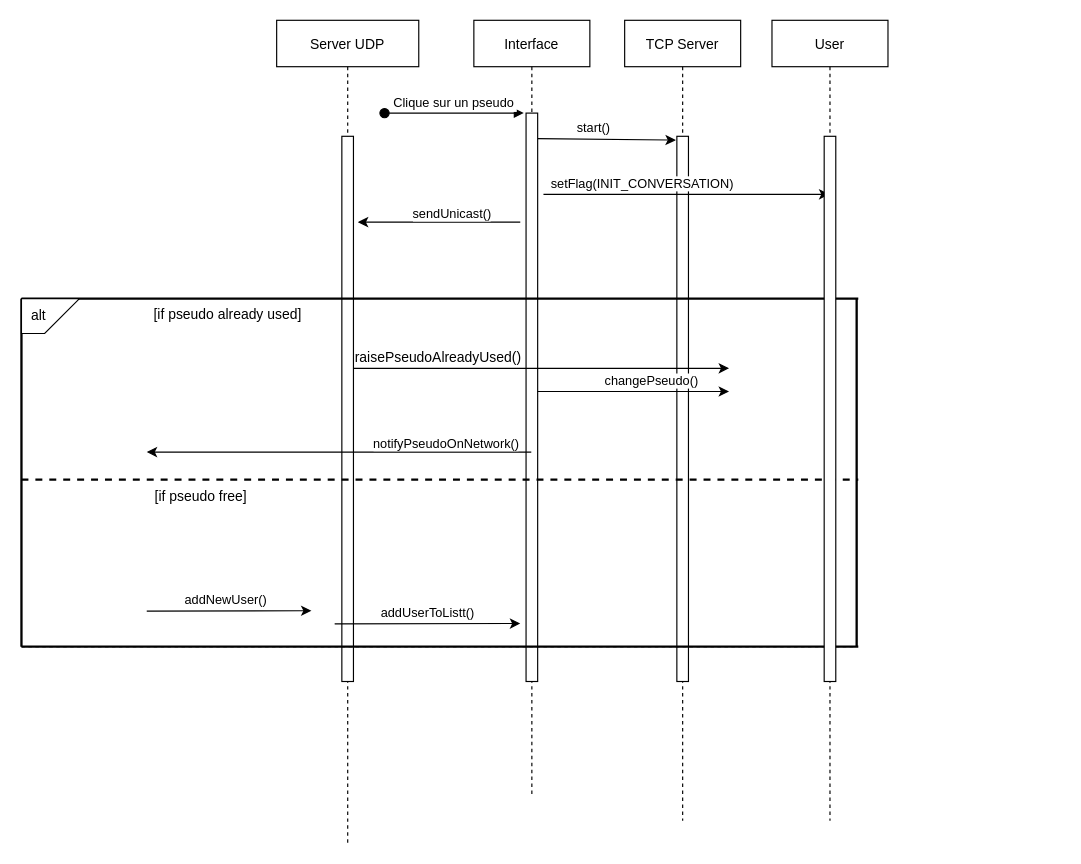
Earlier version of the draw.io diagram ressources/Design UML/ChangePseudo_Sequence_diagram.drawio (martemr/Project_chat_system). Source tidied: cells renumbered, new cells numbered last; positions are measured from the earlier drawing's top-left corner, leaving out a move shared by most shapes. Both pictures are drawn from the tidied source at 116%, with x=0, y=0 at pixel (21, 20).
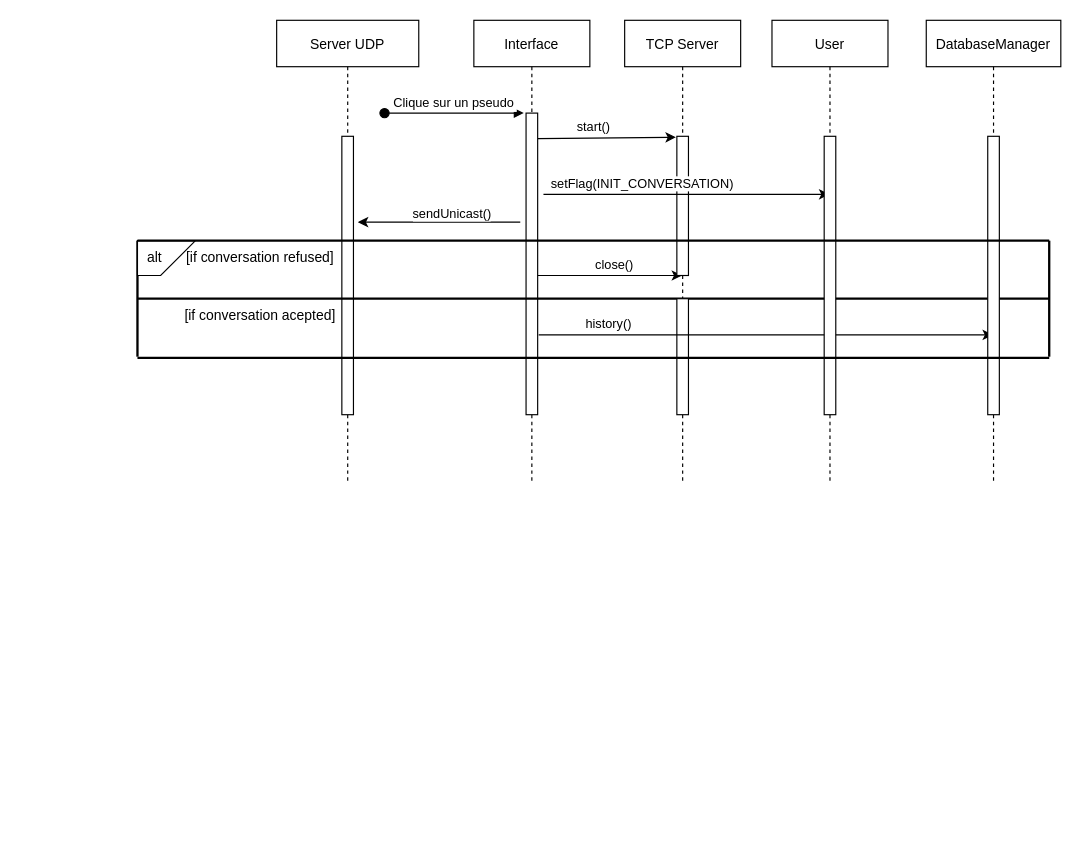
After the change.

Change to the diagram source:
```diff
@@
+    <mxCell id="12" value="Server UDP" style="shape=umlLifeline;perimeter=lifelinePerimeter;rounded=0;shadow=0;strokeWidth=1;" parent="1" vertex="1">
+      <mxGeometry x="220" width="122.5" height="400" as="geometry" />
+    </mxCell>
+    <mxCell id="13" style="perimeter=orthogonalPerimeter;rounded=0;shadow=0;strokeWidth=1;" parent="12" vertex="1">
+      <mxGeometry x="56.2" y="100" width="10" height="240" as="geometry" />
+    </mxCell>
+    <mxCell id="36" value="&lt;div&gt;[if conversation acepted]&lt;br&gt;&lt;/div&gt;" style="text;html=1;strokeColor=none;fillColor=none;align=center;verticalAlign=middle;whiteSpace=wrap;rounded=0;shadow=0;fontFamily=Helvetica;fontSize=12;fontColor=default;" parent="12" vertex="1">
+      <mxGeometry x="-84" y="240" width="140" height="30" as="geometry" />
+    </mxCell>
     <mxCell id="2" value="Interface" style="shape=umlLifeline;perimeter=lifelinePerimeter;rounded=0;shadow=0;strokeWidth=1;" parent="1" vertex="1">
-      <mxGeometry x="390" width="100" height="670" as="geometry" />
+      <mxGeometry x="390" width="100" height="400" as="geometry" />
     </mxCell>
@@
     <mxCell id="5" style="perimeter=orthogonalPerimeter;rounded=0;shadow=0;strokeWidth=1;" parent="2" vertex="1">
-      <mxGeometry x="45" y="80" width="10" height="490" as="geometry" />
+      <mxGeometry x="45" y="80" width="10" height="260" as="geometry" />
     </mxCell>
@@
+    <mxCell id="22" style="endArrow=classic;html=1;rounded=0;" parent="2" edge="1" target="8">
+      <mxGeometry relative="1" as="geometry">
+        <mxPoint x="55" y="220" as="sourcePoint" />
+      </mxGeometry>
+    </mxCell>
+    <mxCell id="23" value="close()" style="edgeLabel;html=1;align=center;verticalAlign=middle;" parent="22" vertex="1">
+      <mxGeometry x="0.33" relative="1" as="geometry">
+        <mxPoint x="-18" y="-10" as="offset" />
+      </mxGeometry>
+    </mxCell>
+    <mxCell id="31" style="endArrow=none;html=1;rounded=0;fontFamily=Helvetica;fontSize=12;fontColor=default;strokeWidth=2;" parent="2" edge="1">
+      <mxGeometry relative="1" as="geometry">
+        <mxPoint x="-290" y="240" as="sourcePoint" />
+        <mxPoint x="496" y="240" as="targetPoint" />
+      </mxGeometry>
+    </mxCell>
     <mxCell id="8" value="TCP Server" style="shape=umlLifeline;perimeter=lifelinePerimeter;rounded=0;shadow=0;strokeWidth=1;" parent="1" vertex="1">
-      <mxGeometry x="520" width="100" height="690" as="geometry" />
+      <mxGeometry x="520" width="100" height="400" as="geometry" />
     </mxCell>
     <mxCell id="9" style="points=[];perimeter=orthogonalPerimeter;rounded=0;shadow=0;strokeWidth=1;" parent="8" vertex="1">
-      <mxGeometry x="45" y="100" width="10" height="470" as="geometry" />
+      <mxGeometry x="45" y="100" width="10" height="120" as="geometry" />
     </mxCell>
@@
-    <mxCell id="12" value="Server UDP" style="shape=umlLifeline;perimeter=lifelinePerimeter;rounded=0;shadow=0;strokeWidth=1;" parent="1" vertex="1">
-      <mxGeometry x="220" width="122.5" height="710" as="geometry" />
-    </mxCell>
-    <mxCell id="13" style="perimeter=orthogonalPerimeter;rounded=0;shadow=0;strokeWidth=1;" parent="12" vertex="1">
-      <mxGeometry x="56.2" y="100" width="10" height="470" as="geometry" />
-    </mxCell>
-    <mxCell id="14" style="endArrow=classic;html=1;rounded=0;fontFamily=Helvetica;fontSize=12;fontColor=default;strokeWidth=1;endSize=6;startSize=6;" parent="12" edge="1">
-      <mxGeometry relative="1" as="geometry">
-        <mxPoint x="66.2" y="300" as="sourcePoint" />
-        <mxPoint x="390" y="300" as="targetPoint" />
-      </mxGeometry>
-    </mxCell>
-    <mxCell id="15" value="raisePseudoAlreadyUsed()" style="edgeLabel;html=1;align=center;verticalAlign=middle;fontSize=12;fontFamily=Helvetica;fontColor=default;" parent="14" vertex="1">
-      <mxGeometry x="-0.44" y="1" relative="1" as="geometry">
-        <mxPoint x="-19" y="-9" as="offset" />
-      </mxGeometry>
-    </mxCell>
-    <mxCell id="16" style="endArrow=none;html=1;rounded=0;fontFamily=Helvetica;fontSize=12;fontColor=default;strokeWidth=2;" parent="1" edge="1">
-      <mxGeometry relative="1" as="geometry">
-        <mxPoint y="240" as="sourcePoint" />
-        <mxPoint x="721.4" y="240" as="targetPoint" />
-      </mxGeometry>
-    </mxCell>
+    <mxCell id="37" style="perimeter=orthogonalPerimeter;rounded=0;shadow=0;strokeWidth=1;" parent="8" vertex="1">
+      <mxGeometry x="45" y="240" width="10" height="100" as="geometry" />
+    </mxCell>
+    <mxCell id="38" style="endArrow=classic;html=1;rounded=0;" parent="8" edge="1" target="40">
+      <mxGeometry relative="1" as="geometry">
+        <mxPoint x="-74.1" y="271.2" as="sourcePoint" />
+      </mxGeometry>
+    </mxCell>
+    <mxCell id="39" value="history()" style="edgeLabel;html=1;align=center;verticalAlign=middle;" parent="38" vertex="1">
+      <mxGeometry x="0.33" relative="1" as="geometry">
+        <mxPoint x="-200" y="-10" as="offset" />
+      </mxGeometry>
+    </mxCell>
+    <mxCell id="40" value="DatabaseManager" style="shape=umlLifeline;perimeter=lifelinePerimeter;rounded=0;shadow=0;strokeWidth=1;" parent="1" vertex="1">
+      <mxGeometry x="780" width="116" height="400" as="geometry" />
+    </mxCell>
+    <mxCell id="41" style="perimeter=orthogonalPerimeter;rounded=0;shadow=0;strokeWidth=1;" parent="40" vertex="1">
+      <mxGeometry x="53" y="100" width="10" height="240" as="geometry" />
+    </mxCell>
+    <mxCell id="18" style="endArrow=none;html=1;rounded=0;fontFamily=Helvetica;fontSize=12;fontColor=default;strokeWidth=2;" parent="40" edge="1">
+      <mxGeometry relative="1" as="geometry">
+        <mxPoint x="106" y="290" as="sourcePoint" />
+        <mxPoint x="106" y="190" as="targetPoint" />
+      </mxGeometry>
+    </mxCell>
+    <mxCell id="34" value="User" style="shape=umlLifeline;perimeter=lifelinePerimeter;rounded=0;shadow=0;strokeWidth=1;" parent="1" vertex="1">
+      <mxGeometry x="647" width="100" height="400" as="geometry" />
+    </mxCell>
+    <mxCell id="35" style="perimeter=orthogonalPerimeter;rounded=0;shadow=0;strokeWidth=1;" parent="34" vertex="1">
+      <mxGeometry x="45" y="100" width="10" height="240" as="geometry" />
+    </mxCell>
     <mxCell id="17" style="endArrow=none;html=1;rounded=0;fontFamily=Helvetica;fontSize=12;fontColor=default;strokeWidth=2;" parent="1" edge="1">
       <mxGeometry relative="1" as="geometry">
-        <mxPoint y="540" as="sourcePoint" />
-        <mxPoint y="240" as="targetPoint" />
+        <mxPoint x="100" y="290" as="sourcePoint" />
+        <mxPoint x="100" y="190" as="targetPoint" />
       </mxGeometry>
     </mxCell>
-    <mxCell id="18" style="endArrow=none;html=1;rounded=0;fontFamily=Helvetica;fontSize=12;fontColor=default;strokeWidth=2;" parent="1" edge="1">
-      <mxGeometry relative="1" as="geometry">
-        <mxPoint x="720" y="540" as="sourcePoint" />
-        <mxPoint x="720" y="240" as="targetPoint" />
-      </mxGeometry>
-    </mxCell>
-    <mxCell id="19" style="endArrow=none;html=1;rounded=0;fontFamily=Helvetica;fontSize=12;fontColor=default;strokeWidth=2;dashed=1;" parent="1" edge="1">
-      <mxGeometry relative="1" as="geometry">
-        <mxPoint y="396" as="sourcePoint" />
-        <mxPoint x="721.4" y="396" as="targetPoint" />
-      </mxGeometry>
-    </mxCell>
     <mxCell id="20" value="alt&amp;nbsp;&amp;nbsp;&amp;nbsp;&amp;nbsp;&amp;nbsp;&amp;nbsp; " style="shape=card;whiteSpace=wrap;html=1;rounded=0;shadow=0;fontFamily=Helvetica;fontSize=12;fontColor=default;strokeColor=default;strokeWidth=1;fillColor=default;gradientColor=none;flipV=1;flipH=1;" parent="1" vertex="1">
-      <mxGeometry y="240" width="50" height="30" as="geometry" />
+      <mxGeometry x="100" y="190" width="50" height="30" as="geometry" />
     </mxCell>
-    <mxCell id="21" value="[if pseudo already used]" style="text;html=1;strokeColor=none;fillColor=none;align=center;verticalAlign=middle;whiteSpace=wrap;rounded=0;shadow=0;fontFamily=Helvetica;fontSize=12;fontColor=default;" parent="1" vertex="1">
-      <mxGeometry x="108" y="239" width="140" height="30" as="geometry" />
+    <mxCell id="21" value="&lt;div&gt;[if conversation refused]&lt;br&gt;&lt;/div&gt;" style="text;html=1;strokeColor=none;fillColor=none;align=center;verticalAlign=middle;whiteSpace=wrap;rounded=0;shadow=0;fontFamily=Helvetica;fontSize=12;fontColor=default;" parent="1" vertex="1">
+      <mxGeometry x="136" y="190" width="140" height="30" as="geometry" />
     </mxCell>
-    <mxCell id="22" style="endArrow=classic;html=1;rounded=0;" parent="1" edge="1">
-      <mxGeometry relative="1" as="geometry">
-        <mxPoint x="445" y="320" as="sourcePoint" />
-        <mxPoint x="610" y="320" as="targetPoint" />
-      </mxGeometry>
-    </mxCell>
-    <mxCell id="23" value="changePseudo()" style="edgeLabel;html=1;align=center;verticalAlign=middle;" parent="22" vertex="1">
-      <mxGeometry x="0.33" relative="1" as="geometry">
-        <mxPoint x="-13" y="-10" as="offset" />
-      </mxGeometry>
-    </mxCell>
-    <mxCell id="24" value="[if pseudo free]" style="text;html=1;strokeColor=none;fillColor=none;align=center;verticalAlign=middle;whiteSpace=wrap;rounded=0;shadow=0;fontFamily=Helvetica;fontSize=12;fontColor=default;" parent="1" vertex="1">
-      <mxGeometry x="110" y="401" width="90" height="19" as="geometry" />
-    </mxCell>
-    <mxCell id="25" style="endArrow=classic;html=1;rounded=0;" parent="1" edge="1" source="2">
-      <mxGeometry relative="1" as="geometry">
-        <mxPoint x="108" y="372.2" as="targetPoint" />
-      </mxGeometry>
-    </mxCell>
-    <mxCell id="26" value="notifyPseudoOnNetwork()" style="edgeLabel;html=1;align=center;verticalAlign=middle;" parent="25" vertex="1">
-      <mxGeometry x="0.49" relative="1" as="geometry">
-        <mxPoint x="173" y="-8" as="offset" />
-      </mxGeometry>
-    </mxCell>
-    <mxCell id="27" style="endArrow=classic;html=1;rounded=0;exitX=1.119;exitY=0.503;exitDx=0;exitDy=0;exitPerimeter=0;" parent="1" edge="1">
-      <mxGeometry relative="1" as="geometry">
-        <mxPoint x="108" y="509.3" as="sourcePoint" />
-        <mxPoint x="250" y="509" as="targetPoint" />
-      </mxGeometry>
-    </mxCell>
-    <mxCell id="28" value="addNewUser()" style="edgeLabel;html=1;align=center;verticalAlign=middle;" parent="27" vertex="1">
-      <mxGeometry x="0.33" relative="1" as="geometry">
-        <mxPoint x="-26" y="-10" as="offset" />
-      </mxGeometry>
-    </mxCell>
-    <mxCell id="29" style="endArrow=classic;html=1;rounded=0;exitX=1.119;exitY=0.503;exitDx=0;exitDy=0;exitPerimeter=0;" parent="1" edge="1">
-      <mxGeometry relative="1" as="geometry">
-        <mxPoint x="270" y="520.3" as="sourcePoint" />
-        <mxPoint x="430" y="520" as="targetPoint" />
-      </mxGeometry>
-    </mxCell>
-    <mxCell id="30" value="addUserToListt()" style="edgeLabel;html=1;align=center;verticalAlign=middle;" parent="29" vertex="1">
-      <mxGeometry x="0.33" relative="1" as="geometry">
-        <mxPoint x="-26" y="-10" as="offset" />
-      </mxGeometry>
-    </mxCell>
-    <mxCell id="31" style="endArrow=none;html=1;rounded=0;fontFamily=Helvetica;fontSize=12;fontColor=default;strokeWidth=2;" parent="1" edge="1">
-      <mxGeometry relative="1" as="geometry">
-        <mxPoint y="540" as="sourcePoint" />
-        <mxPoint x="721.4" y="540" as="targetPoint" />
-      </mxGeometry>
-    </mxCell>
-    <mxCell id="32" style="endArrow=none;html=1;rounded=0;dashed=1;fontFamily=Helvetica;fontSize=12;fontColor=default;startSize=6;endSize=6;strokeWidth=1;jumpSize=2;" parent="1" edge="1">
-      <mxGeometry relative="1" as="geometry">
-        <mxPoint y="540" as="sourcePoint" />
-        <mxPoint x="720" y="540" as="targetPoint" />
-      </mxGeometry>
-    </mxCell>
@@
-    <mxCell id="34" value="User" style="shape=umlLifeline;perimeter=lifelinePerimeter;rounded=0;shadow=0;strokeWidth=1;" parent="1" vertex="1">
-      <mxGeometry x="647" width="100" height="690" as="geometry" />
-    </mxCell>
-    <mxCell id="35" style="perimeter=orthogonalPerimeter;rounded=0;shadow=0;strokeWidth=1;" parent="34" vertex="1">
-      <mxGeometry x="45" y="100" width="10" height="470" as="geometry" />
-    </mxCell>
+    <mxCell id="16" style="endArrow=none;html=1;rounded=0;fontFamily=Helvetica;fontSize=12;fontColor=default;strokeWidth=2;" parent="1" edge="1">
+      <mxGeometry relative="1" as="geometry">
+        <mxPoint x="100" y="190" as="sourcePoint" />
+        <mxPoint x="886" y="190" as="targetPoint" />
+      </mxGeometry>
+    </mxCell>
+    <mxCell id="42" style="endArrow=none;html=1;rounded=0;fontFamily=Helvetica;fontSize=12;fontColor=default;strokeWidth=2;" parent="1" edge="1">
+      <mxGeometry relative="1" as="geometry">
+        <mxPoint x="100" y="291" as="sourcePoint" />
+        <mxPoint x="886" y="291" as="targetPoint" />
+      </mxGeometry>
+    </mxCell>
```
